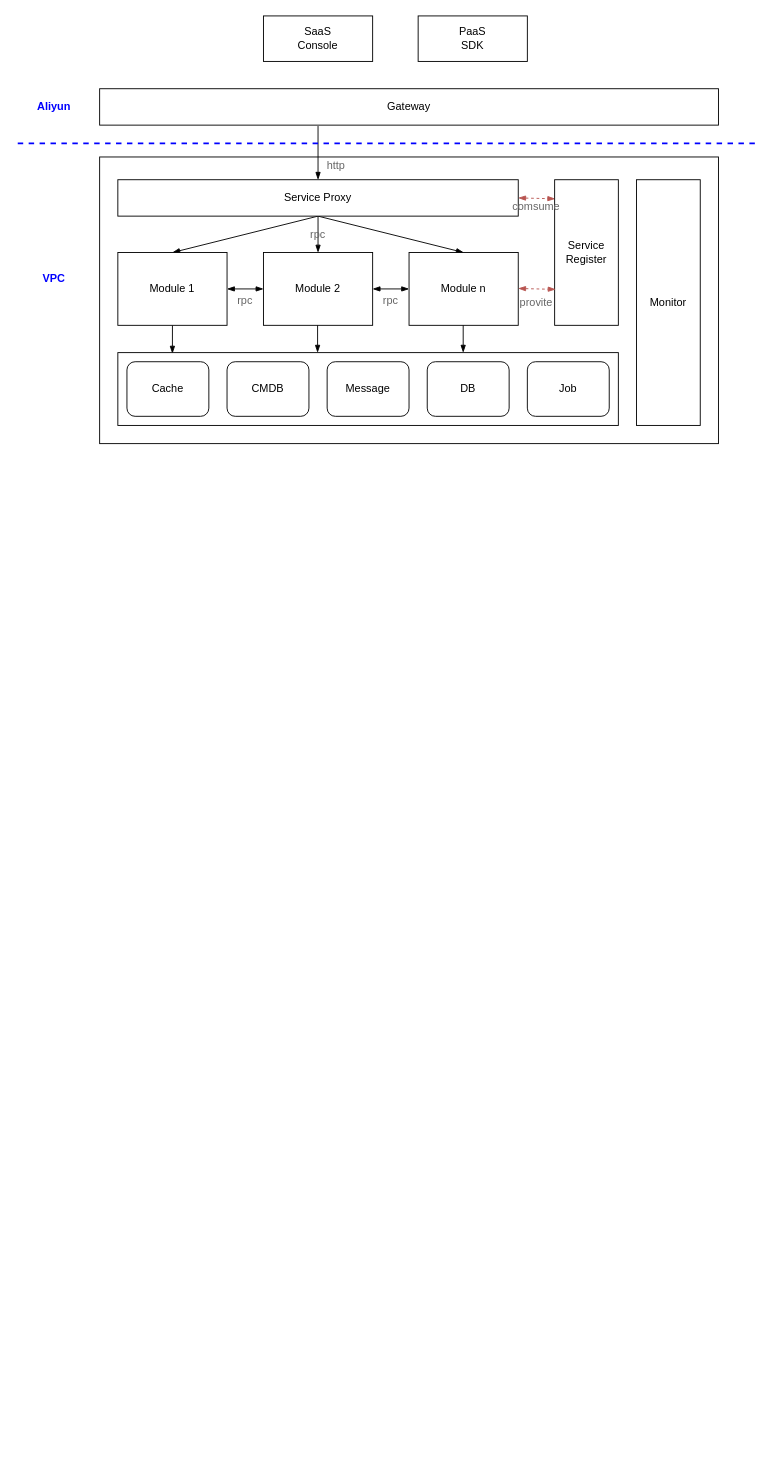
The draw.io diagram vh.drawio in trey03/draw, before the edit. Source tidied: cells renumbered, new cells numbered last; positions are measured from the earlier drawing's top-left corner, leaving out a move shared by most shapes. Both pictures are drawn from the tidied source at 91%, with x=0, y=0 at pixel (17, 15).
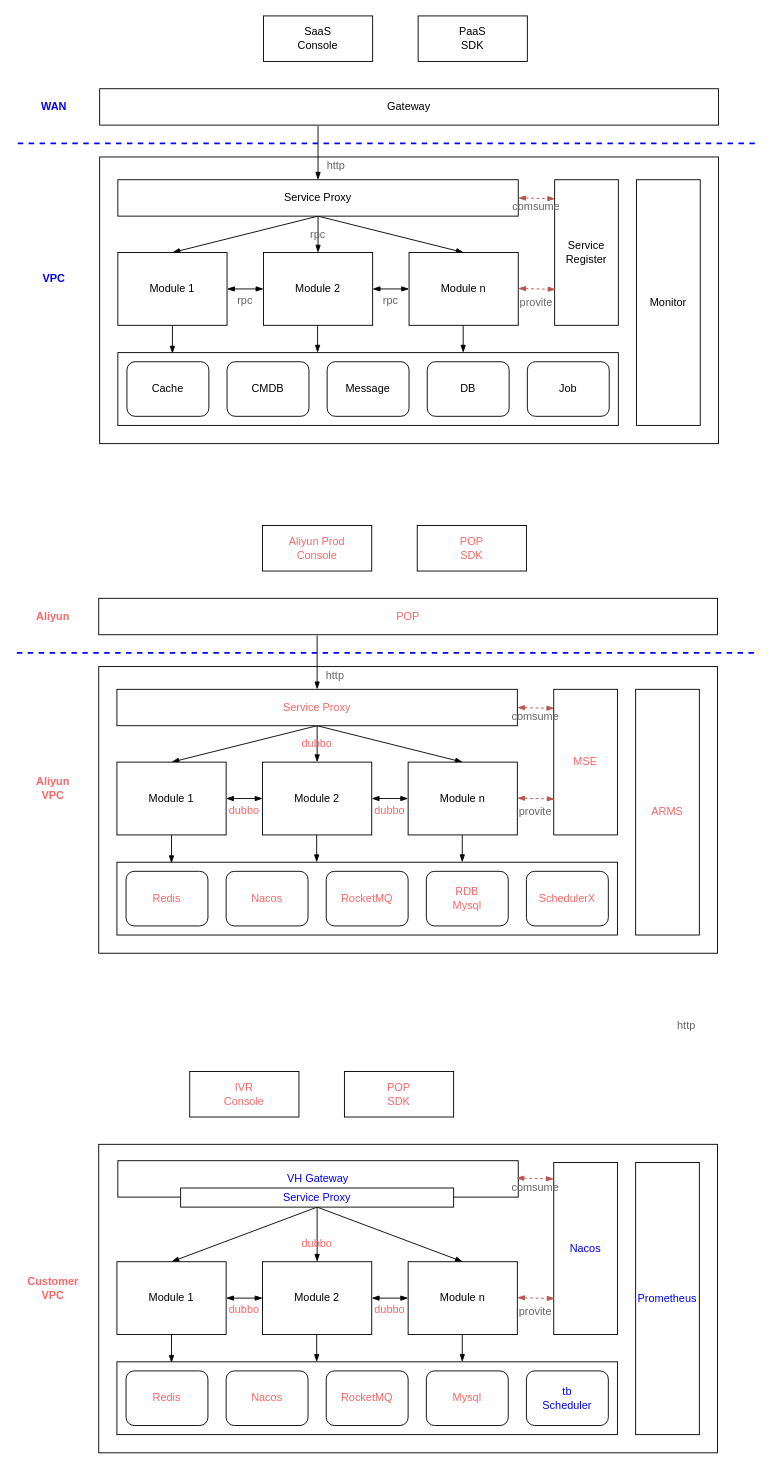
The same page after the edit.

Diff of the diagram source:
```diff
@@
-    <mxCell id="29" value="Aliyun" style="text;html=1;strokeColor=none;fillColor=none;align=center;verticalAlign=middle;whiteSpace=wrap;rounded=0;fontStyle=1;fontColor=#0000FF;" parent="1" vertex="1">
+    <mxCell id="29" value="WAN" style="text;html=1;strokeColor=none;fillColor=none;align=center;verticalAlign=middle;whiteSpace=wrap;rounded=0;fontStyle=1;fontColor=#0000FF;" parent="1" vertex="1">
       <mxGeometry x="20" y="90" width="40" height="20" as="geometry" />
     </mxCell>
@@
+    <mxCell id="38" style="rounded=0;whiteSpace=wrap;html=1;" parent="1" vertex="1">
+      <mxGeometry x="89" y="715" width="680" height="315" as="geometry" />
+    </mxCell>
+    <mxCell id="39" style="edgeStyle=none;rounded=0;jettySize=auto;html=1;entryX=0.5;entryY=0;entryDx=0;entryDy=0;startArrow=none;startFill=0;endArrow=blockThin;endFill=1;" parent="1" edge="1" target="45">
+      <mxGeometry relative="1" as="geometry">
+        <mxPoint x="329" y="681" as="sourcePoint" />
+      </mxGeometry>
+    </mxCell>
+    <mxCell id="40" value="&lt;font color=&quot;#ff6666&quot;&gt;POP&lt;/font&gt;" style="rounded=0;whiteSpace=wrap;html=1;" parent="1" vertex="1">
+      <mxGeometry x="89" y="640" width="680" height="40" as="geometry" />
+    </mxCell>
+    <mxCell id="41" style="edgeStyle=none;rounded=0;jettySize=auto;html=1;startArrow=blockThin;startFill=1;endArrow=blockThin;endFill=1;exitX=1;exitY=0.5;exitDx=0;exitDy=0;entryX=0.008;entryY=0.131;entryDx=0;entryDy=0;entryPerimeter=0;dashed=1;fillColor=#f8cecc;strokeColor=#b85450;" parent="1" edge="1" source="45" target="52">
+      <mxGeometry relative="1" as="geometry" />
+    </mxCell>
+    <mxCell id="42" style="edgeStyle=none;rounded=0;jettySize=auto;html=1;exitX=0.5;exitY=1;exitDx=0;exitDy=0;entryX=0.5;entryY=0;entryDx=0;entryDy=0;startArrow=none;startFill=0;endArrow=blockThin;endFill=1;" parent="1" edge="1" source="45" target="48">
+      <mxGeometry relative="1" as="geometry" />
+    </mxCell>
+    <mxCell id="43" style="edgeStyle=none;rounded=0;jettySize=auto;html=1;exitX=0.5;exitY=1;exitDx=0;exitDy=0;entryX=0.5;entryY=0;entryDx=0;entryDy=0;startArrow=none;startFill=0;endArrow=blockThin;endFill=1;" parent="1" edge="1" source="45" target="50">
+      <mxGeometry relative="1" as="geometry" />
+    </mxCell>
+    <mxCell id="44" style="edgeStyle=none;rounded=0;jettySize=auto;html=1;exitX=0.5;exitY=1;exitDx=0;exitDy=0;entryX=0.5;entryY=0;entryDx=0;entryDy=0;startArrow=none;startFill=0;endArrow=blockThin;endFill=1;" parent="1" edge="1" source="45" target="51">
+      <mxGeometry relative="1" as="geometry" />
+    </mxCell>
+    <mxCell id="45" value="&lt;font color=&quot;#ff6666&quot;&gt;Service Proxy&lt;/font&gt;" style="rounded=0;whiteSpace=wrap;html=1;" parent="1" vertex="1">
+      <mxGeometry x="109" y="740" width="440" height="40" as="geometry" />
+    </mxCell>
+    <mxCell id="46" style="rounded=0;jettySize=auto;html=1;startArrow=blockThin;startFill=1;endArrow=blockThin;endFill=1;" parent="1" edge="1" source="48" target="50">
+      <mxGeometry relative="1" as="geometry" />
+    </mxCell>
+    <mxCell id="47" style="edgeStyle=none;rounded=0;jettySize=auto;html=1;exitX=0.5;exitY=1;exitDx=0;exitDy=0;entryX=0.109;entryY=0.013;entryDx=0;entryDy=0;entryPerimeter=0;startArrow=none;startFill=0;endArrow=blockThin;endFill=1;" parent="1" edge="1" source="48" target="54">
+      <mxGeometry relative="1" as="geometry" />
+    </mxCell>
+    <mxCell id="48" value="Module 1" style="rounded=0;whiteSpace=wrap;html=1;" parent="1" vertex="1">
+      <mxGeometry x="109" y="820" width="120" height="80" as="geometry" />
+    </mxCell>
+    <mxCell id="49" style="edgeStyle=none;rounded=0;jettySize=auto;html=1;startArrow=blockThin;startFill=1;endArrow=blockThin;endFill=1;" parent="1" edge="1" source="50" target="51">
+      <mxGeometry relative="1" as="geometry" />
+    </mxCell>
+    <mxCell id="50" value="Module 2" style="rounded=0;whiteSpace=wrap;html=1;" parent="1" vertex="1">
+      <mxGeometry x="269" y="820" width="120" height="80" as="geometry" />
+    </mxCell>
+    <mxCell id="51" value="Module n" style="rounded=0;whiteSpace=wrap;html=1;" parent="1" vertex="1">
+      <mxGeometry x="429" y="820" width="120" height="80" as="geometry" />
+    </mxCell>
+    <mxCell id="52" value="MSE" style="rounded=0;whiteSpace=wrap;html=1;fontColor=#FF6666;" parent="1" vertex="1">
+      <mxGeometry x="589" y="740" width="70" height="160" as="geometry" />
+    </mxCell>
+    <mxCell id="53" style="edgeStyle=none;rounded=0;orthogonalLoop=1;jettySize=auto;html=1;startArrow=blockThin;startFill=1;endArrow=blockThin;endFill=1;exitX=1;exitY=0.5;exitDx=0;exitDy=0;entryX=0.008;entryY=0.131;entryDx=0;entryDy=0;entryPerimeter=0;dashed=1;fillColor=#f8cecc;strokeColor=#b85450;" parent="1" edge="1">
+      <mxGeometry relative="1" as="geometry">
+        <mxPoint x="549" y="859.5" as="sourcePoint" />
+        <mxPoint x="590" y="860.5" as="targetPoint" />
+      </mxGeometry>
+    </mxCell>
+    <mxCell id="54" style="rounded=0;whiteSpace=wrap;html=1;" parent="1" vertex="1">
+      <mxGeometry x="109" y="930" width="550" height="80" as="geometry" />
+    </mxCell>
+    <mxCell id="55" value="Redis" style="rounded=1;whiteSpace=wrap;html=1;fontColor=#FF6666;" parent="1" vertex="1">
+      <mxGeometry x="119" y="940" width="90" height="60" as="geometry" />
+    </mxCell>
+    <mxCell id="56" value="Nacos" style="rounded=1;whiteSpace=wrap;html=1;fontColor=#FF6666;" parent="1" vertex="1">
+      <mxGeometry x="229" y="940" width="90" height="60" as="geometry" />
+    </mxCell>
+    <mxCell id="57" value="RocketMQ" style="rounded=1;whiteSpace=wrap;html=1;fontColor=#FF6666;" parent="1" vertex="1">
+      <mxGeometry x="339" y="940" width="90" height="60" as="geometry" />
+    </mxCell>
+    <mxCell id="58" value="RDB&lt;br&gt;Mysql" style="rounded=1;whiteSpace=wrap;html=1;fontColor=#FF6666;" parent="1" vertex="1">
+      <mxGeometry x="449" y="940" width="90" height="60" as="geometry" />
+    </mxCell>
+    <mxCell id="59" value="SchedulerX" style="rounded=1;whiteSpace=wrap;html=1;fontColor=#FF6666;" parent="1" vertex="1">
+      <mxGeometry x="559" y="940" width="90" height="60" as="geometry" />
+    </mxCell>
+    <mxCell id="60" style="edgeStyle=none;rounded=0;orthogonalLoop=1;jettySize=auto;html=1;exitX=0.5;exitY=1;exitDx=0;exitDy=0;entryX=0.1;entryY=0;entryDx=0;entryDy=0;entryPerimeter=0;startArrow=none;startFill=0;endArrow=blockThin;endFill=1;" parent="1" edge="1">
+      <mxGeometry relative="1" as="geometry">
+        <mxPoint x="328.5" y="900" as="sourcePoint" />
+        <mxPoint x="328.5" y="930" as="targetPoint" />
+      </mxGeometry>
+    </mxCell>
+    <mxCell id="61" style="edgeStyle=none;rounded=0;orthogonalLoop=1;jettySize=auto;html=1;exitX=0.5;exitY=1;exitDx=0;exitDy=0;entryX=0.1;entryY=0;entryDx=0;entryDy=0;entryPerimeter=0;startArrow=none;startFill=0;endArrow=blockThin;endFill=1;" parent="1" edge="1">
+      <mxGeometry relative="1" as="geometry">
+        <mxPoint x="488.5" y="900" as="sourcePoint" />
+        <mxPoint x="488.5" y="930" as="targetPoint" />
+      </mxGeometry>
+    </mxCell>
+    <mxCell id="62" value="ARMS" style="rounded=0;whiteSpace=wrap;html=1;fontColor=#FF6666;" parent="1" vertex="1">
+      <mxGeometry x="679" y="740" width="70" height="270" as="geometry" />
+    </mxCell>
+    <mxCell id="63" value="Aliyun Prod&lt;br&gt;Console" style="rounded=0;whiteSpace=wrap;html=1;fontColor=#FF6666;" parent="1" vertex="1">
+      <mxGeometry x="269" y="560" width="120" height="50" as="geometry" />
+    </mxCell>
+    <mxCell id="64" value="POP&lt;br&gt;SDK" style="rounded=0;whiteSpace=wrap;html=1;fontColor=#FF6666;" parent="1" vertex="1">
+      <mxGeometry x="439" y="560" width="120" height="50" as="geometry" />
+    </mxCell>
+    <mxCell id="65" value="Aliyun" style="text;html=1;strokeColor=none;fillColor=none;align=center;verticalAlign=middle;whiteSpace=wrap;rounded=0;fontStyle=1;fontColor=#FF6666;" parent="1" vertex="1">
+      <mxGeometry x="19" y="650" width="40" height="20" as="geometry" />
+    </mxCell>
+    <mxCell id="66" value="Aliyun&lt;br&gt;VPC" style="text;html=1;strokeColor=none;fillColor=none;align=center;verticalAlign=middle;whiteSpace=wrap;rounded=0;fontStyle=1;fontColor=#FF6666;" parent="1" vertex="1">
+      <mxGeometry x="19" y="839" width="40" height="20" as="geometry" />
+    </mxCell>
+    <mxCell id="67" style="endArrow=none;dashed=1;html=1;fontColor=#0000FF;strokeColor=#0000FF;strokeWidth=2;" parent="1" edge="1">
+      <mxGeometry relative="1" as="geometry">
+        <mxPoint x="-1" y="700" as="sourcePoint" />
+        <mxPoint x="809" y="700" as="targetPoint" />
+      </mxGeometry>
+    </mxCell>
+    <mxCell id="68" value="dubbo" style="text;html=1;strokeColor=none;fillColor=none;align=center;verticalAlign=middle;whiteSpace=wrap;rounded=0;fontColor=#FF6666;" parent="1" vertex="1">
+      <mxGeometry x="309" y="790" width="40" height="20" as="geometry" />
+    </mxCell>
+    <mxCell id="69" value="dubbo" style="text;html=1;strokeColor=none;fillColor=none;align=center;verticalAlign=middle;whiteSpace=wrap;rounded=0;fontColor=#FF6666;" parent="1" vertex="1">
+      <mxGeometry x="229" y="862.5" width="40" height="20" as="geometry" />
+    </mxCell>
+    <mxCell id="70" value="http" style="text;html=1;strokeColor=none;fillColor=none;align=center;verticalAlign=middle;whiteSpace=wrap;rounded=0;fontColor=#666666;" parent="1" vertex="1">
+      <mxGeometry x="329" y="715" width="40" height="20" as="geometry" />
+    </mxCell>
+    <mxCell id="71" value="dubbo" style="text;html=1;strokeColor=none;fillColor=none;align=center;verticalAlign=middle;whiteSpace=wrap;rounded=0;fontColor=#FF6666;" parent="1" vertex="1">
+      <mxGeometry x="389" y="862.5" width="40" height="20" as="geometry" />
+    </mxCell>
+    <mxCell id="72" value="provite" style="text;html=1;strokeColor=none;fillColor=none;align=center;verticalAlign=middle;whiteSpace=wrap;rounded=0;fontColor=#666666;" parent="1" vertex="1">
+      <mxGeometry x="549" y="865" width="40" height="20" as="geometry" />
+    </mxCell>
+    <mxCell id="73" value="comsume" style="text;html=1;strokeColor=none;fillColor=none;align=center;verticalAlign=middle;whiteSpace=wrap;rounded=0;fontColor=#666666;" parent="1" vertex="1">
+      <mxGeometry x="549" y="760" width="40" height="20" as="geometry" />
+    </mxCell>
+    <mxCell id="74" style="rounded=0;whiteSpace=wrap;html=1;" parent="1" vertex="1">
+      <mxGeometry x="89" y="1240" width="680" height="339" as="geometry" />
+    </mxCell>
+    <mxCell id="75" value="&lt;font&gt;VH Gateway&lt;/font&gt;" style="rounded=0;whiteSpace=wrap;html=1;fontColor=#0000FF;" parent="1" vertex="1">
+      <mxGeometry x="110" y="1258" width="440" height="40" as="geometry" />
+    </mxCell>
+    <mxCell id="76" style="edgeStyle=none;rounded=0;jettySize=auto;html=1;exitX=0.5;exitY=1;exitDx=0;exitDy=0;entryX=0.5;entryY=0;entryDx=0;entryDy=0;startArrow=none;startFill=0;endArrow=blockThin;endFill=1;" parent="1" edge="1" source="79" target="82">
+      <mxGeometry relative="1" as="geometry" />
+    </mxCell>
+    <mxCell id="77" style="edgeStyle=none;rounded=0;jettySize=auto;html=1;exitX=0.5;exitY=1;exitDx=0;exitDy=0;entryX=0.5;entryY=0;entryDx=0;entryDy=0;startArrow=none;startFill=0;endArrow=blockThin;endFill=1;" parent="1" edge="1" source="79" target="84">
+      <mxGeometry relative="1" as="geometry" />
+    </mxCell>
+    <mxCell id="78" style="edgeStyle=none;rounded=0;jettySize=auto;html=1;exitX=0.5;exitY=1;exitDx=0;exitDy=0;entryX=0.5;entryY=0;entryDx=0;entryDy=0;startArrow=none;startFill=0;endArrow=blockThin;endFill=1;" parent="1" edge="1" source="79" target="85">
+      <mxGeometry relative="1" as="geometry" />
+    </mxCell>
+    <mxCell id="79" value="&lt;font&gt;Service Proxy&lt;/font&gt;" style="rounded=0;whiteSpace=wrap;html=1;fontColor=#0000FF;" parent="1" vertex="1">
+      <mxGeometry x="179" y="1288" width="300" height="21" as="geometry" />
+    </mxCell>
+    <mxCell id="80" style="rounded=0;jettySize=auto;html=1;startArrow=blockThin;startFill=1;endArrow=blockThin;endFill=1;" parent="1" edge="1" source="82" target="84">
+      <mxGeometry relative="1" as="geometry" />
+    </mxCell>
+    <mxCell id="81" style="edgeStyle=none;rounded=0;jettySize=auto;html=1;exitX=0.5;exitY=1;exitDx=0;exitDy=0;entryX=0.109;entryY=0.013;entryDx=0;entryDy=0;entryPerimeter=0;startArrow=none;startFill=0;endArrow=blockThin;endFill=1;" parent="1" edge="1" source="82" target="88">
+      <mxGeometry relative="1" as="geometry" />
+    </mxCell>
+    <mxCell id="82" value="Module 1" style="rounded=0;whiteSpace=wrap;html=1;" parent="1" vertex="1">
+      <mxGeometry x="109" y="1369" width="120" height="80" as="geometry" />
+    </mxCell>
+    <mxCell id="83" style="edgeStyle=none;rounded=0;jettySize=auto;html=1;startArrow=blockThin;startFill=1;endArrow=blockThin;endFill=1;" parent="1" edge="1" source="84" target="85">
+      <mxGeometry relative="1" as="geometry" />
+    </mxCell>
+    <mxCell id="84" value="Module 2" style="rounded=0;whiteSpace=wrap;html=1;" parent="1" vertex="1">
+      <mxGeometry x="269" y="1369" width="120" height="80" as="geometry" />
+    </mxCell>
+    <mxCell id="85" value="Module n" style="rounded=0;whiteSpace=wrap;html=1;" parent="1" vertex="1">
+      <mxGeometry x="429" y="1369" width="120" height="80" as="geometry" />
+    </mxCell>
+    <mxCell id="86" value="Nacos" style="rounded=0;whiteSpace=wrap;html=1;fontColor=#0000FF;" parent="1" vertex="1">
+      <mxGeometry x="589" y="1260" width="70" height="189" as="geometry" />
+    </mxCell>
+    <mxCell id="87" style="edgeStyle=none;rounded=0;orthogonalLoop=1;jettySize=auto;html=1;startArrow=blockThin;startFill=1;endArrow=blockThin;endFill=1;exitX=1;exitY=0.5;exitDx=0;exitDy=0;entryX=0.008;entryY=0.131;entryDx=0;entryDy=0;entryPerimeter=0;dashed=1;fillColor=#f8cecc;strokeColor=#b85450;" parent="1" edge="1">
+      <mxGeometry relative="1" as="geometry">
+        <mxPoint x="549" y="1408.5" as="sourcePoint" />
+        <mxPoint x="590" y="1409.5" as="targetPoint" />
+      </mxGeometry>
+    </mxCell>
+    <mxCell id="88" style="rounded=0;whiteSpace=wrap;html=1;" parent="1" vertex="1">
+      <mxGeometry x="109" y="1479" width="550" height="80" as="geometry" />
+    </mxCell>
+    <mxCell id="89" value="Redis" style="rounded=1;whiteSpace=wrap;html=1;fontColor=#FF6666;" parent="1" vertex="1">
+      <mxGeometry x="119" y="1489" width="90" height="60" as="geometry" />
+    </mxCell>
+    <mxCell id="90" value="Nacos" style="rounded=1;whiteSpace=wrap;html=1;fontColor=#FF6666;" parent="1" vertex="1">
+      <mxGeometry x="229" y="1489" width="90" height="60" as="geometry" />
+    </mxCell>
+    <mxCell id="91" value="RocketMQ" style="rounded=1;whiteSpace=wrap;html=1;fontColor=#FF6666;" parent="1" vertex="1">
+      <mxGeometry x="339" y="1489" width="90" height="60" as="geometry" />
+    </mxCell>
+    <mxCell id="92" value="Mysql" style="rounded=1;whiteSpace=wrap;html=1;fontColor=#FF6666;" parent="1" vertex="1">
+      <mxGeometry x="449" y="1489" width="90" height="60" as="geometry" />
+    </mxCell>
+    <mxCell id="93" value="tb&lt;br&gt;Scheduler" style="rounded=1;whiteSpace=wrap;html=1;fontColor=#0000FF;" parent="1" vertex="1">
+      <mxGeometry x="559" y="1489" width="90" height="60" as="geometry" />
+    </mxCell>
+    <mxCell id="94" style="edgeStyle=none;rounded=0;orthogonalLoop=1;jettySize=auto;html=1;exitX=0.5;exitY=1;exitDx=0;exitDy=0;entryX=0.1;entryY=0;entryDx=0;entryDy=0;entryPerimeter=0;startArrow=none;startFill=0;endArrow=blockThin;endFill=1;" parent="1" edge="1">
+      <mxGeometry relative="1" as="geometry">
+        <mxPoint x="328.5" y="1449" as="sourcePoint" />
+        <mxPoint x="328.5" y="1479" as="targetPoint" />
+      </mxGeometry>
+    </mxCell>
+    <mxCell id="95" style="edgeStyle=none;rounded=0;orthogonalLoop=1;jettySize=auto;html=1;exitX=0.5;exitY=1;exitDx=0;exitDy=0;entryX=0.1;entryY=0;entryDx=0;entryDy=0;entryPerimeter=0;startArrow=none;startFill=0;endArrow=blockThin;endFill=1;" parent="1" edge="1">
+      <mxGeometry relative="1" as="geometry">
+        <mxPoint x="488.5" y="1449" as="sourcePoint" />
+        <mxPoint x="488.5" y="1479" as="targetPoint" />
+      </mxGeometry>
+    </mxCell>
+    <mxCell id="96" value="Prometheus" style="rounded=0;whiteSpace=wrap;html=1;fontColor=#0000FF;" parent="1" vertex="1">
+      <mxGeometry x="679" y="1260" width="70" height="299" as="geometry" />
+    </mxCell>
+    <mxCell id="97" value="IVR&lt;br&gt;Console" style="rounded=0;whiteSpace=wrap;html=1;fontColor=#FF6666;" parent="1" vertex="1">
+      <mxGeometry x="189" y="1160" width="120" height="50" as="geometry" />
+    </mxCell>
+    <mxCell id="98" value="POP&lt;br&gt;SDK" style="rounded=0;whiteSpace=wrap;html=1;fontColor=#FF6666;" parent="1" vertex="1">
+      <mxGeometry x="359" y="1160" width="120" height="50" as="geometry" />
+    </mxCell>
+    <mxCell id="99" value="Customer&lt;br&gt;VPC" style="text;html=1;strokeColor=none;fillColor=none;align=center;verticalAlign=middle;whiteSpace=wrap;rounded=0;fontStyle=1;fontColor=#FF6666;" parent="1" vertex="1">
+      <mxGeometry x="19" y="1388" width="40" height="20" as="geometry" />
+    </mxCell>
+    <mxCell id="100" value="dubbo" style="text;html=1;strokeColor=none;fillColor=none;align=center;verticalAlign=middle;whiteSpace=wrap;rounded=0;fontColor=#FF6666;" parent="1" vertex="1">
+      <mxGeometry x="309" y="1339" width="40" height="20" as="geometry" />
+    </mxCell>
+    <mxCell id="101" value="dubbo" style="text;html=1;strokeColor=none;fillColor=none;align=center;verticalAlign=middle;whiteSpace=wrap;rounded=0;fontColor=#FF6666;" parent="1" vertex="1">
+      <mxGeometry x="229" y="1411.5" width="40" height="20" as="geometry" />
+    </mxCell>
+    <mxCell id="102" value="http" style="text;html=1;strokeColor=none;fillColor=none;align=center;verticalAlign=middle;whiteSpace=wrap;rounded=0;fontColor=#666666;" parent="1" vertex="1">
+      <mxGeometry x="715" y="1100" width="40" height="20" as="geometry" />
+    </mxCell>
+    <mxCell id="103" value="dubbo" style="text;html=1;strokeColor=none;fillColor=none;align=center;verticalAlign=middle;whiteSpace=wrap;rounded=0;fontColor=#FF6666;" parent="1" vertex="1">
+      <mxGeometry x="389" y="1411.5" width="40" height="20" as="geometry" />
+    </mxCell>
+    <mxCell id="104" value="provite" style="text;html=1;strokeColor=none;fillColor=none;align=center;verticalAlign=middle;whiteSpace=wrap;rounded=0;fontColor=#666666;" parent="1" vertex="1">
+      <mxGeometry x="549" y="1414" width="40" height="20" as="geometry" />
+    </mxCell>
+    <mxCell id="105" value="comsume" style="text;html=1;strokeColor=none;fillColor=none;align=center;verticalAlign=middle;whiteSpace=wrap;rounded=0;fontColor=#666666;" parent="1" vertex="1">
+      <mxGeometry x="549" y="1278" width="40" height="20" as="geometry" />
+    </mxCell>
+    <mxCell id="106" style="edgeStyle=none;rounded=0;orthogonalLoop=1;jettySize=auto;html=1;startArrow=blockThin;startFill=1;endArrow=blockThin;endFill=1;exitX=1;exitY=0.5;exitDx=0;exitDy=0;entryX=0.008;entryY=0.131;entryDx=0;entryDy=0;entryPerimeter=0;dashed=1;fillColor=#f8cecc;strokeColor=#b85450;" parent="1" edge="1">
+      <mxGeometry relative="1" as="geometry">
+        <mxPoint x="548" y="1277" as="sourcePoint" />
+        <mxPoint x="589" y="1278" as="targetPoint" />
+      </mxGeometry>
+    </mxCell>
```
